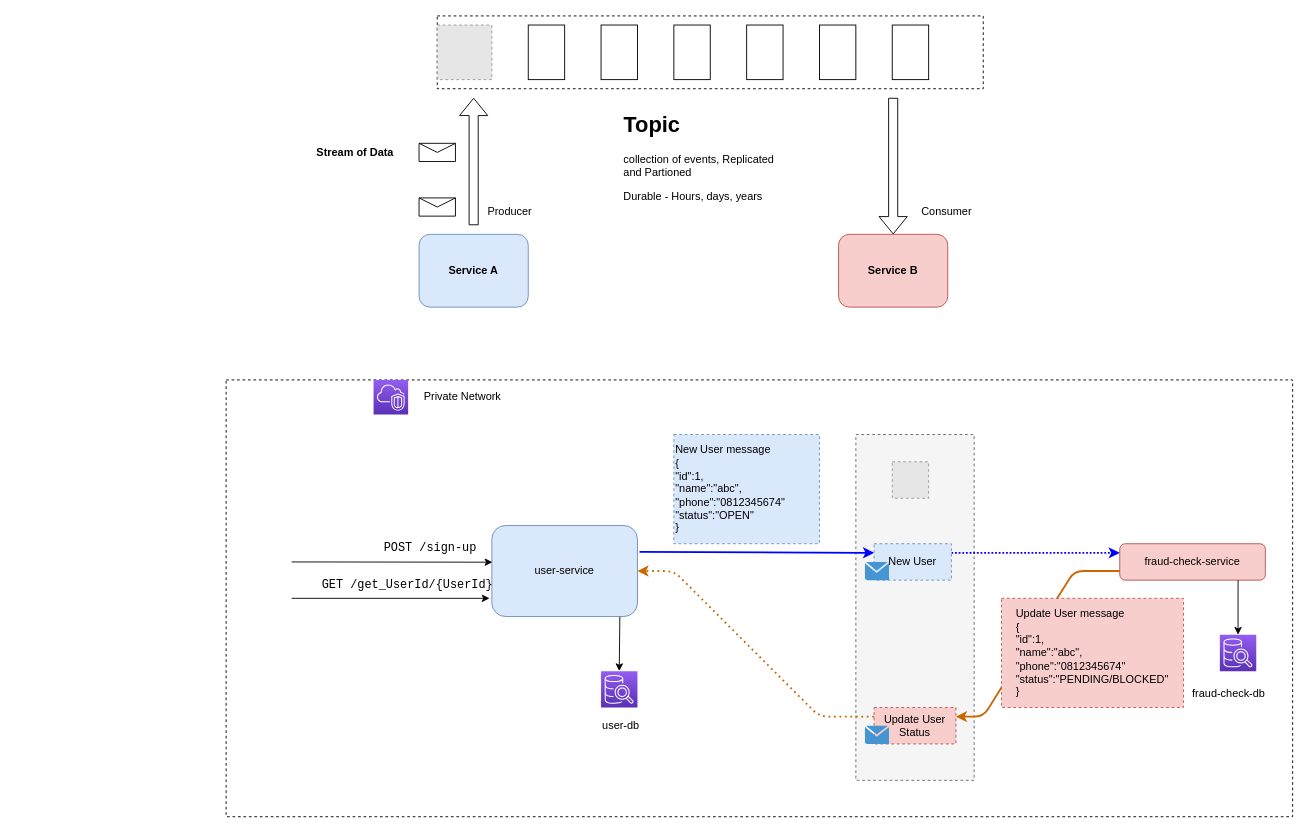
Above: kafka-v1.drawio in josdoaitran/full-example-kafka-java-springboot (draw.io), before the change. Source tidied: cells renumbered, new cells numbered last; positions are measured from the earlier drawing's top-left corner, leaving out a move shared by most shapes. Both pictures are drawn from the tidied source at 91%, with x=0, y=0 at pixel (226, 15). Pictures stored in the file or linked from it are replaced by grey dashed boxes.
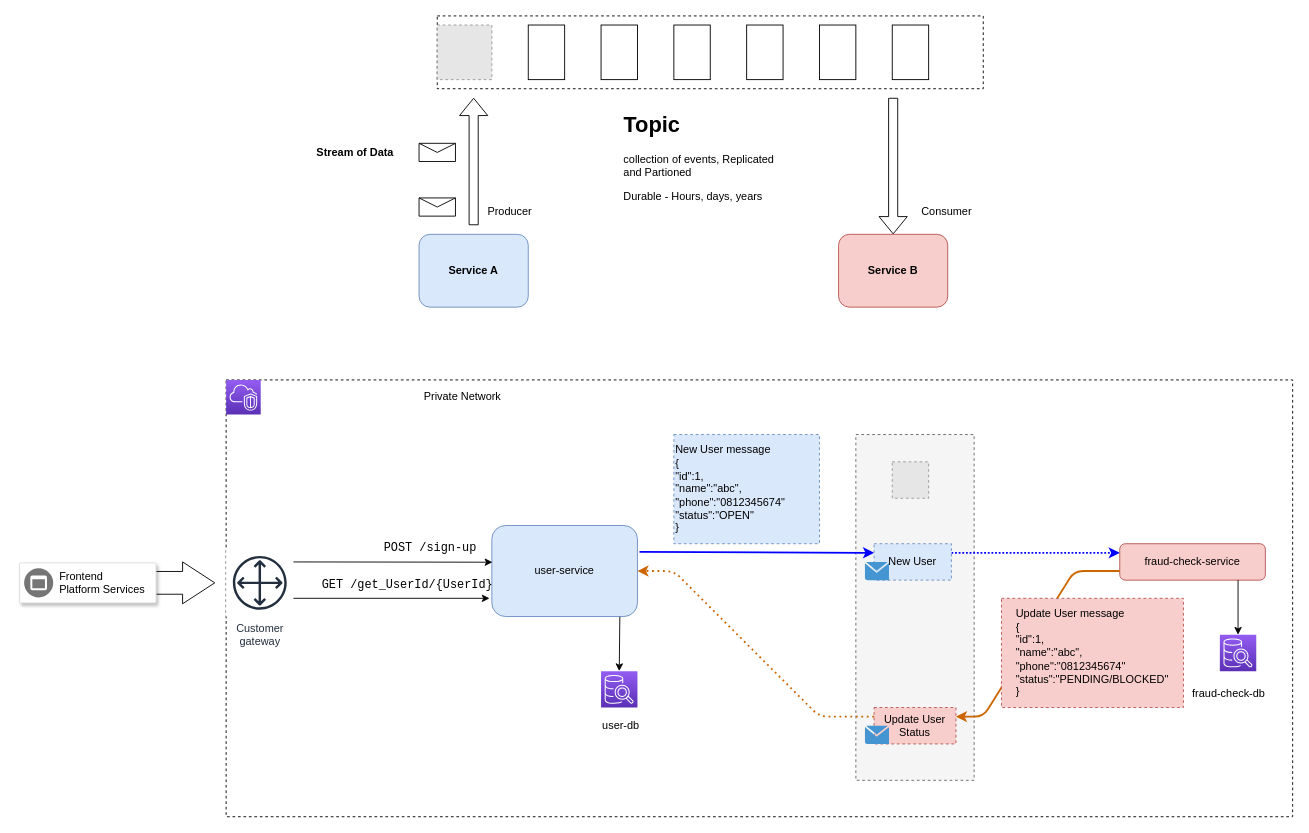
The same page after the edit.

Commit message (it also covers changes not shown here):
Feature/remove use file (#13)

* remove unused files

* update tutorial and kafka init infra local

Diff of the diagram source:
```diff
@@
     <mxCell id="21" style="sketch=0;fontColor=#232F3E;gradientColor=#945DF2;gradientDirection=north;fillColor=#5A30B5;strokeColor=#ffffff;dashed=0;verticalLabelPosition=bottom;verticalAlign=top;align=center;html=1;fontSize=12;fontStyle=0;shape=mxgraph.aws4.resourceIcon;resIcon=mxgraph.aws4.vpc;" parent="1" vertex="1">
-      <mxGeometry x="162" y="400" width="38" height="38" as="geometry" />
+      <mxGeometry y="400" width="38" height="38" as="geometry" />
     </mxCell>
@@
+    <mxCell id="47" value="Customer&#10;gateway" style="sketch=0;fontColor=#232F3E;gradientColor=none;strokeColor=#232F3E;fillColor=#ffffff;dashed=0;verticalLabelPosition=bottom;verticalAlign=top;align=center;html=1;fontSize=12;fontStyle=0;shape=mxgraph.aws4.resourceIcon;resIcon=mxgraph.aws4.customer_gateway;" parent="1" vertex="1">
+      <mxGeometry y="586" width="74" height="74" as="geometry" />
+    </mxCell>
+    <mxCell id="48" style="shape=flexArrow;endArrow=classic;html=1;width=25;endSize=11.45;" parent="1" edge="1">
+      <mxGeometry relative="1" as="geometry">
+        <mxPoint x="-116" y="623" as="sourcePoint" />
+        <mxPoint x="-12" y="623" as="targetPoint" />
+      </mxGeometry>
+    </mxCell>
+    <mxCell id="49" style="strokeColor=#dddddd;shadow=1;strokeWidth=1;rounded=1;absoluteArcSize=1;arcSize=2;" parent="1" vertex="1">
+      <mxGeometry x="-227" y="601" width="150" height="44" as="geometry" />
+    </mxCell>
+    <mxCell id="50" value="Frontend&#10;Platform Services" style="sketch=0;dashed=0;html=1;fillColor=#757575;strokeColor=none;shape=mxgraph.gcp2.frontend_platform_services;labelPosition=right;verticalLabelPosition=middle;align=left;verticalAlign=middle;spacingLeft=5;fontSize=12;" parent="49" vertex="1">
+      <mxGeometry y="0.5" width="32" height="32" relative="1" as="geometry">
+        <mxPoint x="5" y="-16" as="offset" />
+      </mxGeometry>
+    </mxCell>
```
